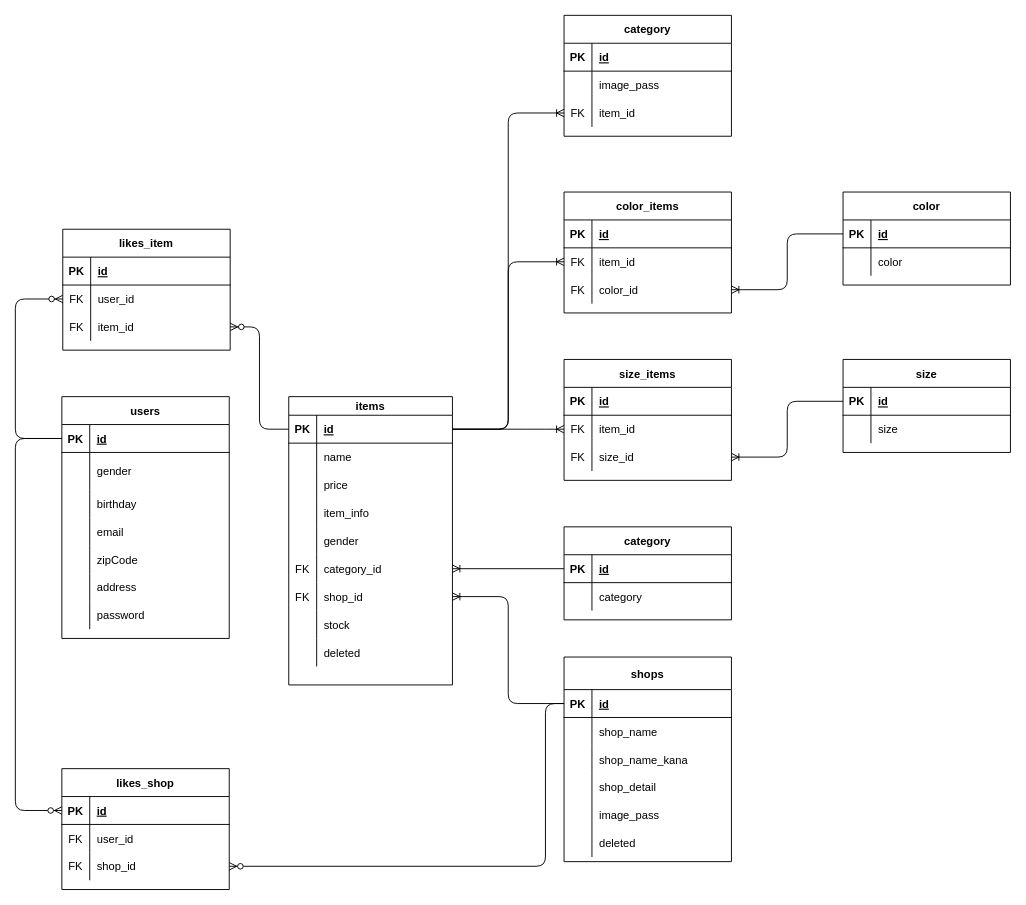
This is design/mozo.drawio from daimatsunaga/mozotown, a draw.io file, before an edit. Source tidied: cells renumbered, new cells numbered last; positions are measured from the earlier drawing's top-left corner, leaving out a move shared by most shapes. Both pictures are drawn from the tidied source at 93%, with x=0, y=0 at pixel (15, 15).
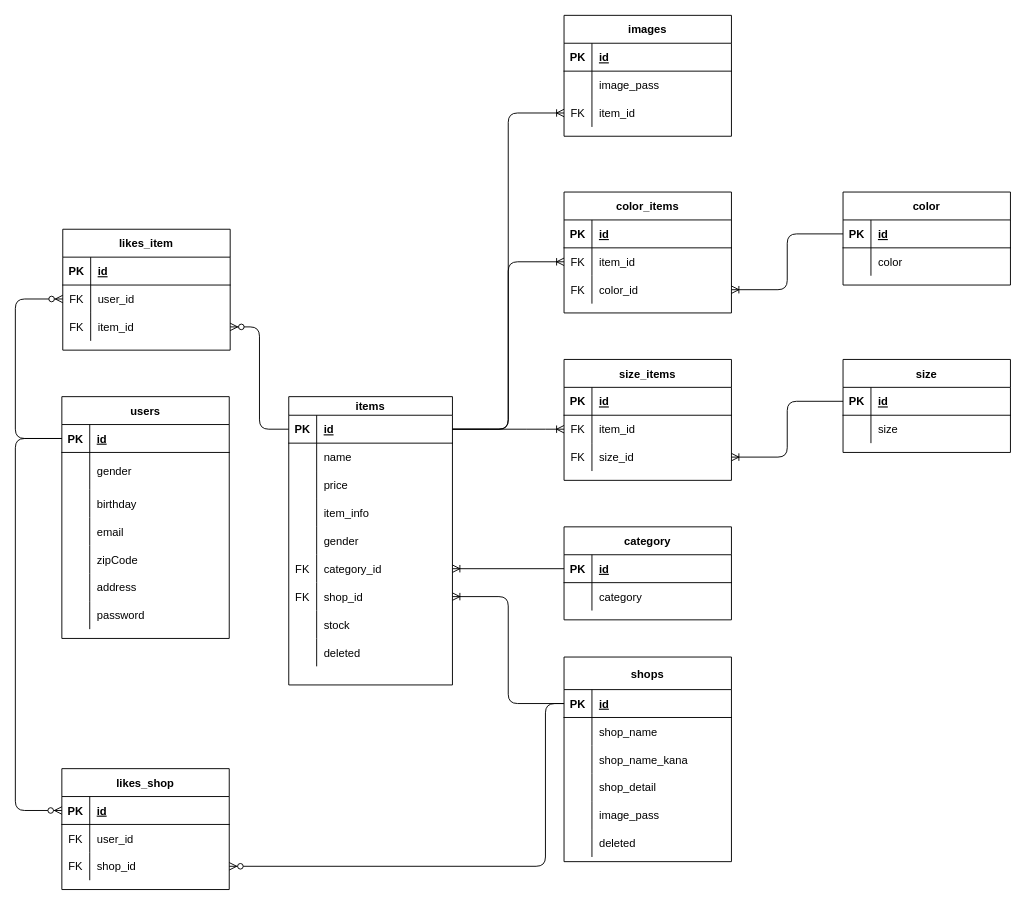
Above is the later version.

Diff of the diagram source:
```diff
@@
-    <mxCell id="143" value="category" style="shape=table;startSize=30;childLayout=tableLayout;rowLines=0;fontStyle=1;align=center;" parent="1" vertex="1">
+    <mxCell id="143" value="images" style="shape=table;startSize=30;childLayout=tableLayout;rowLines=0;fontStyle=1;align=center;" parent="1" vertex="1">
       <mxGeometry x="590" width="180" height="130" as="geometry" />
     </mxCell>
```
